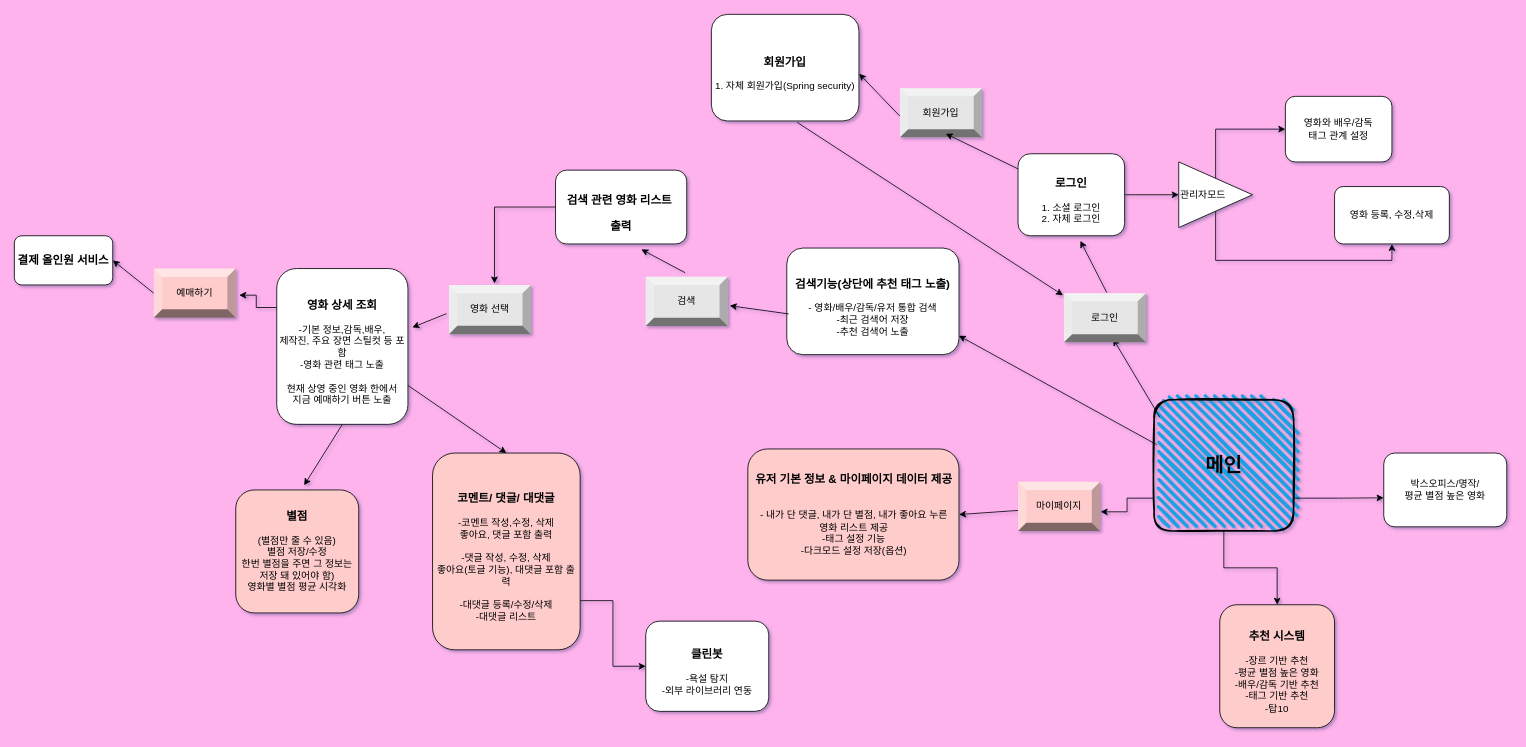
Earlier version of the draw.io diagram 전체 흐름.drawio (gangseunghyun/movie-project). Source tidied: cells renumbered, new cells numbered last; positions are measured from the earlier drawing's top-left corner, leaving out a move shared by most shapes. Both pictures are drawn from the tidied source at 82%, with x=0, y=0 at pixel (14, 14).
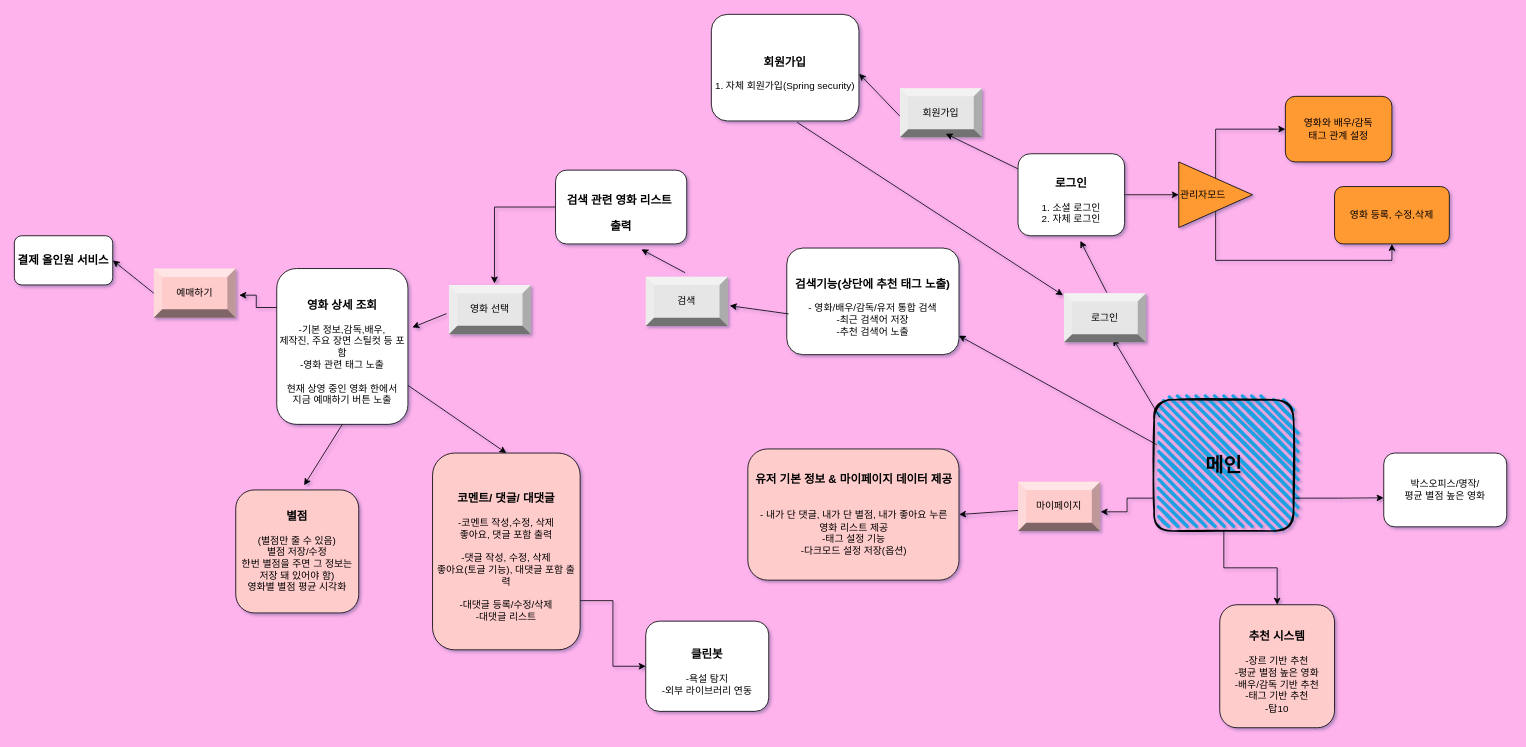
The same diagram, later.

What changed in the source:
```diff
@@
-    <mxCell id="12" value="영화 등록, 수정,삭제" style="rounded=1;whiteSpace=wrap;html=1;" parent="1" vertex="1">
+    <mxCell id="12" value="영화 등록, 수정,삭제" style="rounded=1;whiteSpace=wrap;html=1;fillColor=#FF9933;" parent="1" vertex="1">
       <mxGeometry x="1610" y="210" width="140" height="70" as="geometry" />
     </mxCell>
@@
-    <mxCell id="14" value="영화와 배우/감독&lt;div&gt;태그 관계 설정&lt;/div&gt;" style="rounded=1;whiteSpace=wrap;html=1;" parent="1" vertex="1">
+    <mxCell id="14" value="영화와 배우/감독&lt;div&gt;태그 관계 설정&lt;/div&gt;" style="rounded=1;whiteSpace=wrap;html=1;fillColor=#FF9933;" parent="1" vertex="1">
       <mxGeometry x="1550" y="100" width="130" height="80" as="geometry" />
     </mxCell>
@@
-    <mxCell id="37" value="관리자모드" style="triangle;whiteSpace=wrap;html=1;align=left;" parent="1" vertex="1">
+    <mxCell id="37" value="관리자모드" style="triangle;whiteSpace=wrap;html=1;align=left;fillColor=#FF9933;" parent="1" vertex="1">
       <mxGeometry x="1420" y="180" width="90" height="80" as="geometry" />
     </mxCell>
```
